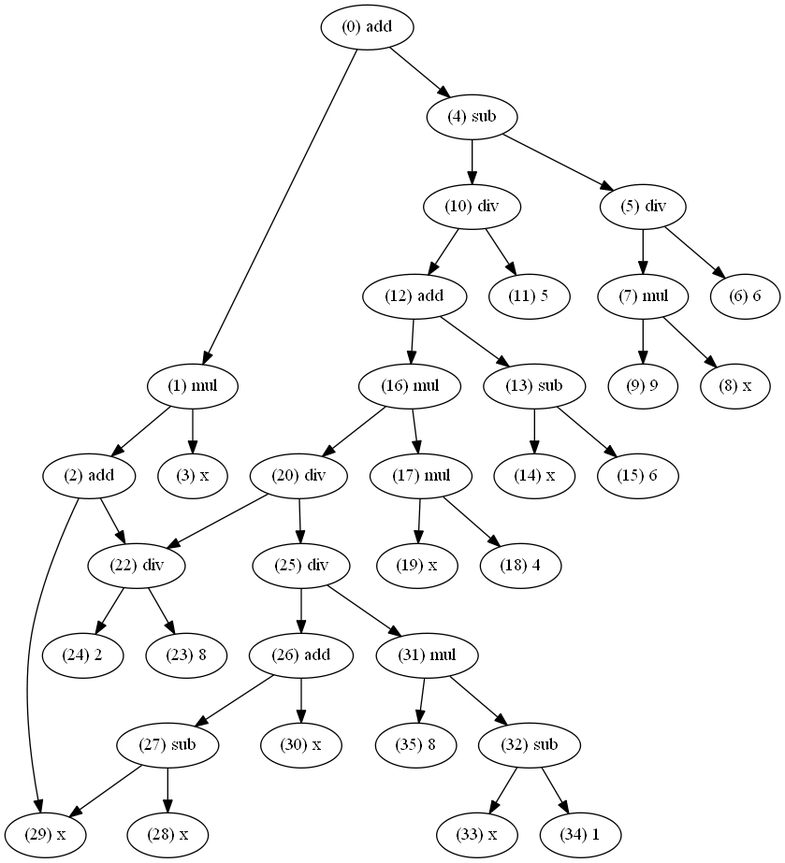
Above: GeneticProgramming/Digraph.gv.png in KobayashiKatsuki/EvolutionalComputation (Graphviz), before the change. Its source is kept beside it as GeneticProgramming/Digraph.gv.
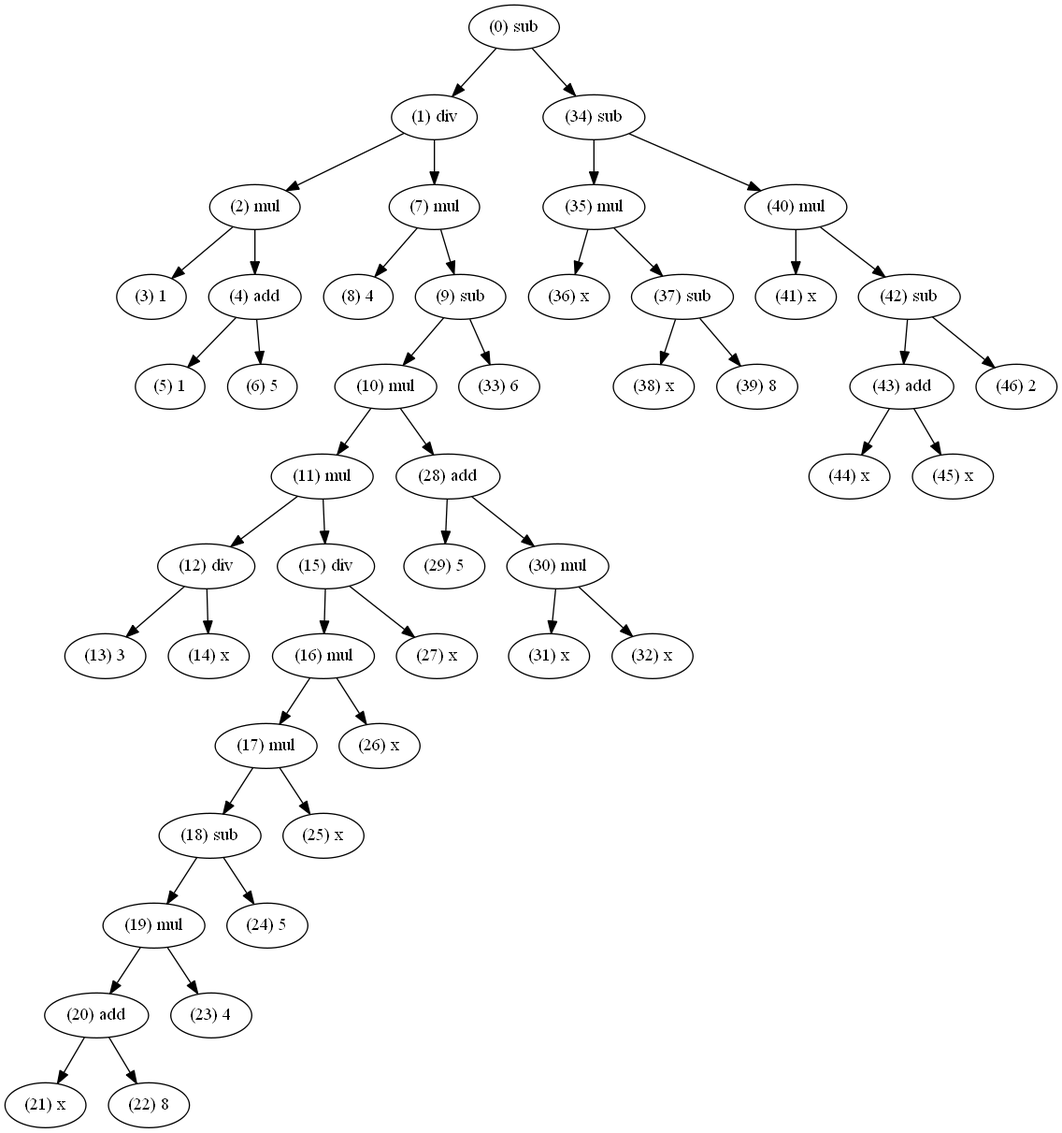
Above is the later version.

The edit, as a diff of the source:
```diff
@@ -1,73 +1,95 @@
 digraph {
-	"(0) add"
-	"(0) add" -> "(1) mul"
-	"(0) add" -> "(4) sub"
-	"(1) mul"
-	"(1) mul" -> "(2) add"
-	"(1) mul" -> "(3) x"
-	"(3) x"
-	"(4) sub"
-	"(4) sub" -> "(5) div"
-	"(4) sub" -> "(10) div"
-	"(5) div"
-	"(5) div" -> "(6) 6"
-	"(5) div" -> "(7) mul"
-	"(6) 6"
+	"(0) sub"
+	"(0) sub" -> "(1) div"
+	"(0) sub" -> "(34) sub"
+	"(1) div"
+	"(1) div" -> "(2) mul"
+	"(1) div" -> "(7) mul"
+	"(2) mul"
+	"(2) mul" -> "(3) 1"
+	"(2) mul" -> "(4) add"
+	"(3) 1"
+	"(4) add"
+	"(4) add" -> "(5) 1"
+	"(4) add" -> "(6) 5"
+	"(5) 1"
+	"(6) 5"
 	"(7) mul"
-	"(7) mul" -> "(8) x"
-	"(7) mul" -> "(9) 9"
-	"(8) x"
-	"(9) 9"
-	"(10) div"
-	"(10) div" -> "(11) 5"
-	"(10) div" -> "(12) add"
-	"(11) 5"
-	"(12) add"
-	"(12) add" -> "(13) sub"
-	"(12) add" -> "(16) mul"
-	"(13) sub"
-	"(13) sub" -> "(14) x"
-	"(13) sub" -> "(15) 6"
+	"(7) mul" -> "(8) 4"
+	"(7) mul" -> "(9) sub"
+	"(8) 4"
+	"(9) sub"
+	"(9) sub" -> "(10) mul"
+	"(9) sub" -> "(33) 6"
+	"(10) mul"
+	"(10) mul" -> "(11) mul"
+	"(10) mul" -> "(28) add"
+	"(11) mul"
+	"(11) mul" -> "(12) div"
+	"(11) mul" -> "(15) div"
+	"(12) div"
+	"(12) div" -> "(13) 3"
+	"(12) div" -> "(14) x"
+	"(13) 3"
 	"(14) x"
-	"(15) 6"
+	"(15) div"
+	"(15) div" -> "(16) mul"
+	"(15) div" -> "(27) x"
 	"(16) mul"
 	"(16) mul" -> "(17) mul"
-	"(16) mul" -> "(20) div"
+	"(16) mul" -> "(26) x"
 	"(17) mul"
-	"(17) mul" -> "(18) 4"
-	"(17) mul" -> "(19) x"
-	"(18) 4"
-	"(19) x"
-	"(2) add"
-	"(2) add" -> "(22) div"
-	"(2) add" -> "(29) x"
-	"(22) div"
-	"(22) div" -> "(23) 8"
-	"(22) div" -> "(24) 2"
-	"(23) 8"
-	"(24) 2"
-	"(25) div"
-	"(25) div" -> "(26) add"
-	"(25) div" -> "(31) mul"
-	"(26) add"
-	"(26) add" -> "(27) sub"
-	"(26) add" -> "(30) x"
-	"(27) sub"
-	"(27) sub" -> "(28) x"
-	"(27) sub" -> "(29) x"
-	"(28) x"
-	"(29) x"
-	"(30) x"
-	"(31) mul"
-	"(31) mul" -> "(32) sub"
-	"(31) mul" -> "(35) 8"
-	"(20) div"
-	"(20) div" -> "(22) div"
-	"(20) div" -> "(25) div"
-	"(32) sub"
-	"(32) sub" -> "(33) x"
-	"(32) sub" -> "(34) 1"
-	"(33) x"
-	"(34) 1"
-	"(35) 8"
+	"(17) mul" -> "(18) sub"
+	"(17) mul" -> "(25) x"
+	"(18) sub"
+	"(18) sub" -> "(19) mul"
+	"(18) sub" -> "(24) 5"
+	"(19) mul"
+	"(19) mul" -> "(20) add"
+	"(19) mul" -> "(23) 4"
+	"(20) add"
+	"(20) add" -> "(21) x"
+	"(20) add" -> "(22) 8"
+	"(21) x"
+	"(22) 8"
+	"(23) 4"
+	"(24) 5"
+	"(25) x"
+	"(26) x"
+	"(27) x"
+	"(28) add"
+	"(28) add" -> "(29) 5"
+	"(28) add" -> "(30) mul"
+	"(29) 5"
+	"(30) mul"
+	"(30) mul" -> "(31) x"
+	"(30) mul" -> "(32) x"
+	"(31) x"
+	"(32) x"
+	"(34) sub"
+	"(34) sub" -> "(35) mul"
+	"(34) sub" -> "(40) mul"
+	"(35) mul"
+	"(35) mul" -> "(36) x"
+	"(35) mul" -> "(37) sub"
+	"(36) x"
+	"(37) sub"
+	"(37) sub" -> "(38) x"
+	"(37) sub" -> "(39) 8"
+	"(38) x"
+	"(39) 8"
+	"(40) mul"
+	"(40) mul" -> "(41) x"
+	"(40) mul" -> "(42) sub"
+	"(41) x"
+	"(42) sub"
+	"(42) sub" -> "(43) add"
+	"(42) sub" -> "(46) 2"
+	"(43) add"
+	"(43) add" -> "(44) x"
+	"(43) add" -> "(45) x"
+	"(44) x"
+	"(45) x"
+	"(46) 2"
+	"(33) 6"
 }
```
